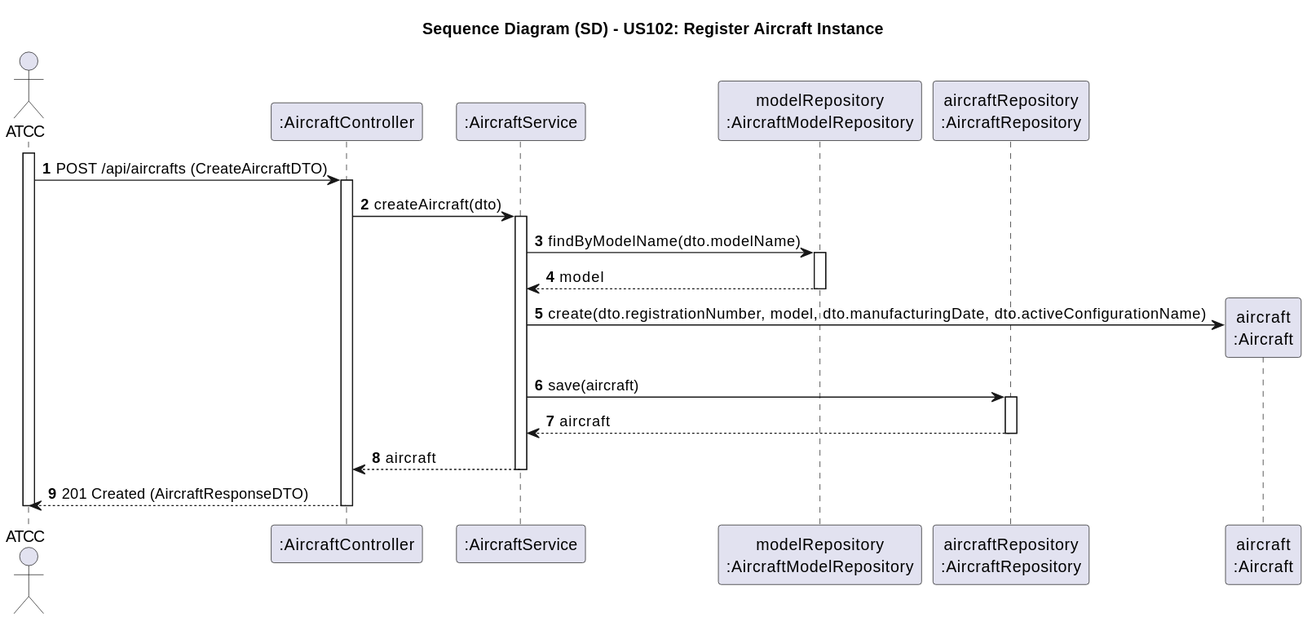
Before: docs/use-cases/WP#1A/US102/svg/US102-SD.svg, a diagram exported from PlantUML (Andre-1240567/psoft2026_2DB_1240567_1241013_1240624).
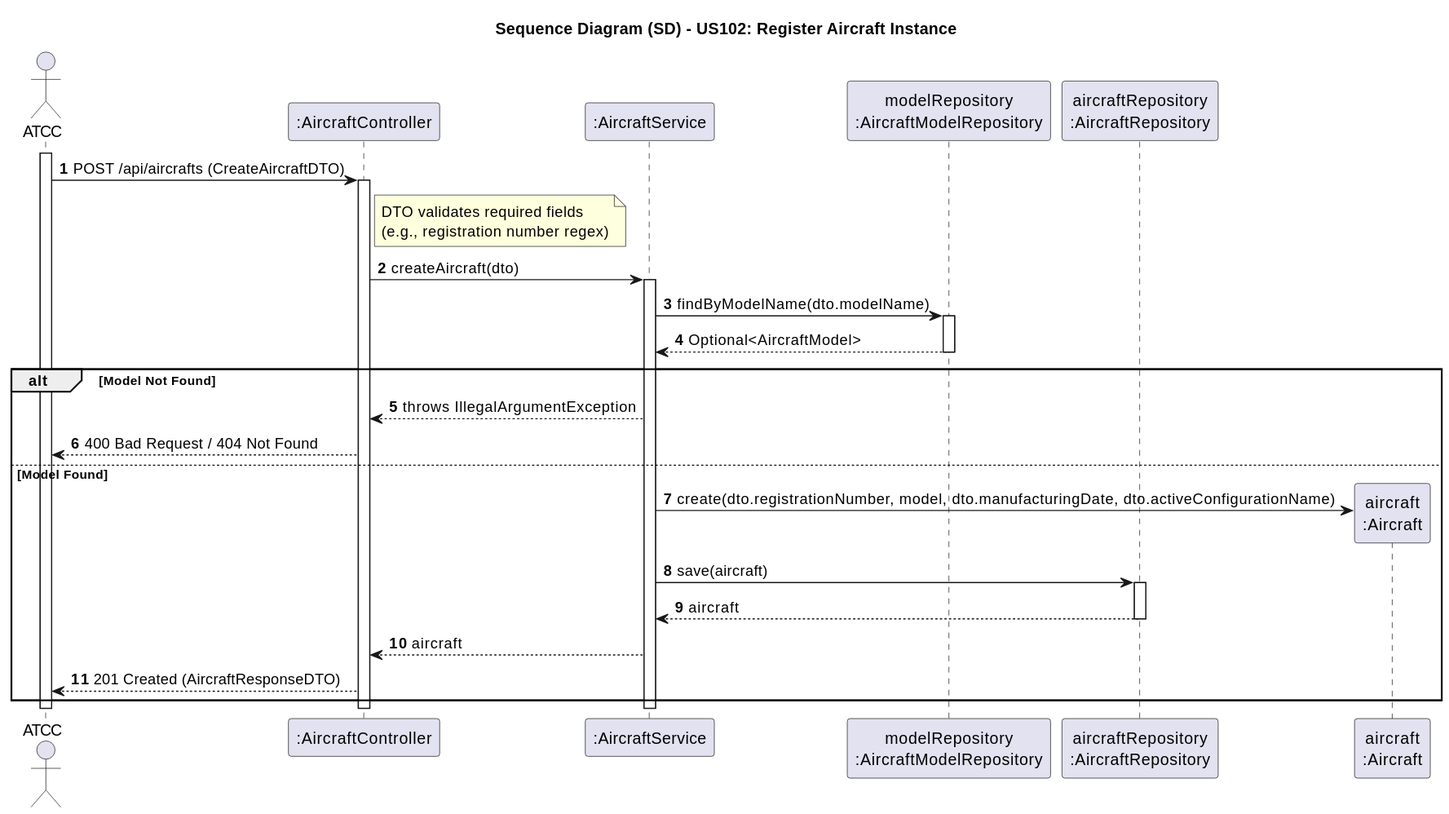
After the commit.

Change to the diagram source:
```diff
@@ -13,25 +13,32 @@
 ATCC -> Ctrl: POST /api/aircrafts (CreateAircraftDTO)
 activate Ctrl
 
+note right of Ctrl: DTO validates required fields\n(e.g., registration number regex)
+
 Ctrl -> Service: createAircraft(dto)
 activate Service
 
 Service -> RepoModel: findByModelName(dto.modelName)
 activate RepoModel
-RepoModel --> Service: model
+RepoModel --> Service: Optional<AircraftModel>
 deactivate RepoModel
 
-Service -> Aircraft**: create(dto.registrationNumber, model, dto.manufacturingDate, dto.activeConfigurationName)
+alt Model Not Found
+    Service --> Ctrl: throws IllegalArgumentException
+    Ctrl --> ATCC: 400 Bad Request / 404 Not Found
+else Model Found
 
-Service -> RepoAir: save(aircraft)
-activate RepoAir
-RepoAir --> Service: aircraft
-deactivate RepoAir
+    Service -> Aircraft**: create(dto.registrationNumber, model, dto.manufacturingDate, dto.activeConfigurationName)
+    Service -> RepoAir: save(aircraft)
+    activate RepoAir
+    RepoAir --> Service: aircraft
+    deactivate RepoAir
 
-Service --> Ctrl: aircraft
+    Service --> Ctrl: aircraft
+
+    Ctrl --> ATCC: 201 Created (AircraftResponseDTO)
+end
 deactivate Service
-
-Ctrl --> ATCC: 201 Created (AircraftResponseDTO)
 deactivate Ctrl
 deactivate ATCC
 @enduml
```
